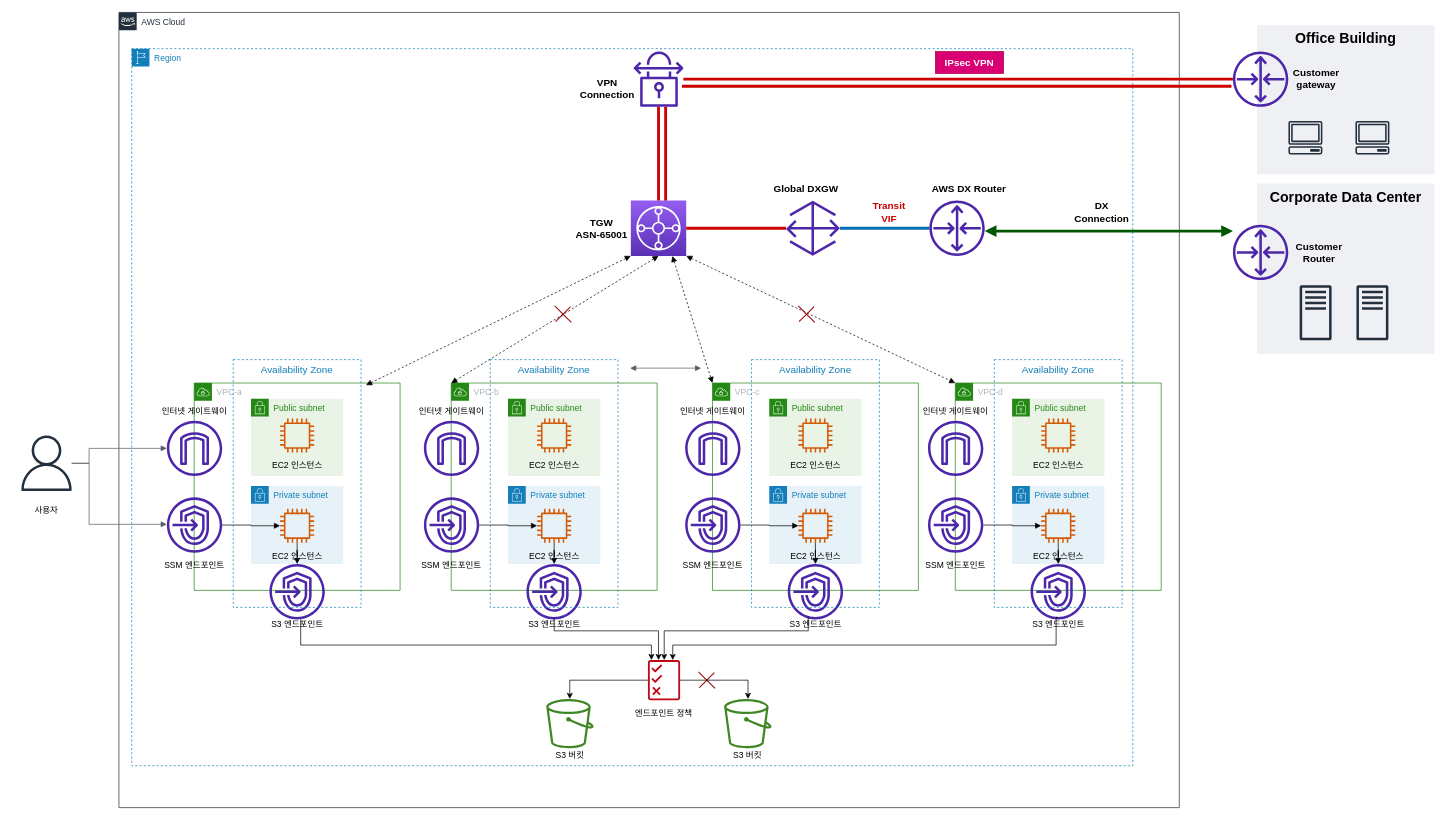
Before: Architecture001.drawio in kgpark88/cloud-native, a draw.io diagram. Source tidied: cells renumbered, new cells numbered last; positions are measured from the earlier drawing's top-left corner, leaving out a move shared by most shapes. Both pictures are drawn from the tidied source at 71%, with x=0, y=0 at pixel (12, 12).
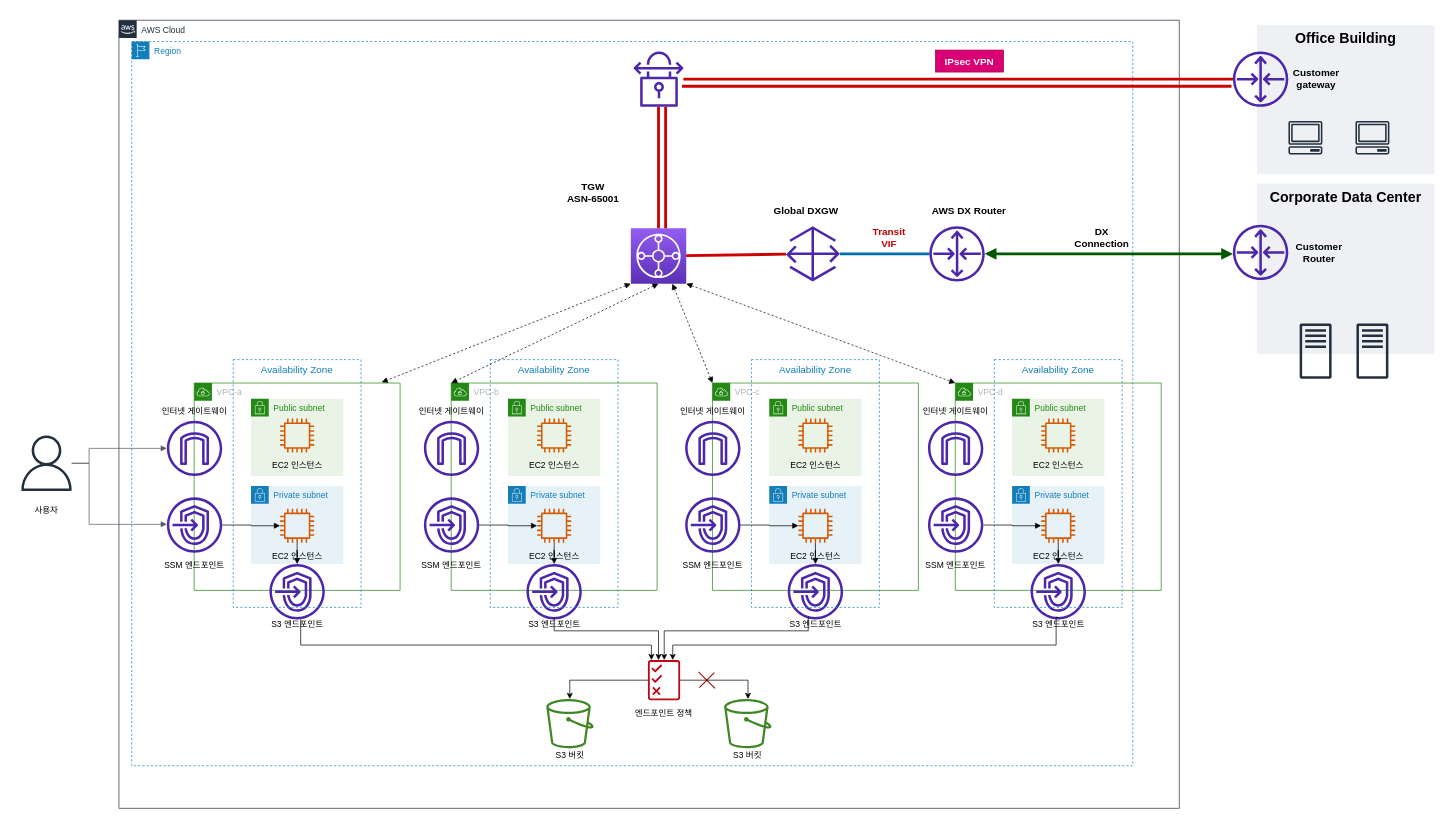
Above is the later version.

Unchanged cells that the change refers to:
```xml
<mxCell id="74" style="sketch=0;outlineConnect=0;fontColor=#232F3E;gradientColor=none;fillColor=#4D27AA;strokeColor=none;dashed=0;verticalLabelPosition=bottom;verticalAlign=top;align=center;html=1;fontSize=12;fontStyle=0;shape=mxgraph.aws4.router;" parent="1" vertex="1">
  <mxGeometry x="1719" y="299" width="78" height="78" as="geometry" />
</mxCell>
<mxCell id="86" style="sketch=0;outlineConnect=0;fontColor=#232F3E;gradientColor=none;fillColor=#4D27AA;strokeColor=none;dashed=0;verticalLabelPosition=bottom;verticalAlign=top;align=center;html=1;fontSize=12;fontStyle=0;shape=mxgraph.aws4.vpn_connection;" parent="1" vertex="1">
  <mxGeometry x="875" y="55" width="70" height="78" as="geometry" />
</mxCell>
<mxCell id="102" value="Availability Zone" style="fillColor=none;strokeColor=#147EBA;dashed=1;verticalAlign=top;fontStyle=0;fontColor=#147EBA;fontSize=14;" parent="89" vertex="1">
  <mxGeometry x="114" width="180" height="349" as="geometry" />
</mxCell>
```

Diff of the diagram source:
```diff
@@
     <mxCell id="3" value="Region" style="gradientColor=none;html=1;whiteSpace=wrap;fontSize=12;fontStyle=0;shape=mxgraph.aws4.group;grIcon=mxgraph.aws4.group_region;strokeColor=#147EBA;fillColor=none;verticalAlign=top;align=left;spacingLeft=30;fontColor=#147EBA;dashed=1;" parent="1" vertex="1">
-      <mxGeometry x="168" y="51" width="1410" height="1010" as="geometry" />
+      <mxGeometry x="168" y="41" width="1410" height="1020" as="geometry" />
     </mxCell>
     <mxCell id="4" style="sketch=0;points=[[0,0,0],[0.25,0,0],[0.5,0,0],[0.75,0,0],[1,0,0],[0,1,0],[0.25,1,0],[0.5,1,0],[0.75,1,0],[1,1,0],[0,0.25,0],[0,0.5,0],[0,0.75,0],[1,0.25,0],[1,0.5,0],[1,0.75,0]];outlineConnect=0;fontColor=#232F3E;gradientColor=#945DF2;gradientDirection=north;fillColor=#5A30B5;strokeColor=#ffffff;dashed=0;verticalLabelPosition=bottom;verticalAlign=top;align=center;html=1;fontSize=12;fontStyle=0;shape=mxgraph.aws4.resourceIcon;resIcon=mxgraph.aws4.transit_gateway;" parent="3" vertex="1">
-      <mxGeometry x="703" y="214" width="78" height="78" as="geometry" />
+      <mxGeometry x="703" y="263" width="78" height="78" as="geometry" />
     </mxCell>
+    <mxCell id="120" style="html=1;endArrow=block;elbow=vertical;startArrow=block;startFill=1;endFill=1;strokeColor=#000000;rounded=0;fontSize=14;dashed=1;exitX=0;exitY=1;exitDx=0;exitDy=0;exitPerimeter=0;" parent="3" edge="1" source="4">
+      <mxGeometry relative="1" as="geometry">
+        <mxPoint x="352" y="480" as="targetPoint" />
+      </mxGeometry>
+    </mxCell>
     <mxCell id="5" value="AWS Cloud" style="gradientColor=none;html=1;whiteSpace=wrap;fontSize=12;fontStyle=0;shape=mxgraph.aws4.group;grIcon=mxgraph.aws4.group_aws_cloud_alt;strokeColor=#232F3E;fillColor=none;verticalAlign=top;align=left;spacingLeft=30;fontColor=#232F3E;dashed=0;" parent="1" vertex="1">
-      <mxGeometry x="150" width="1493.5" height="1120" as="geometry" />
+      <mxGeometry x="150" y="11" width="1493.5" height="1110" as="geometry" />
     </mxCell>
     <mxCell id="6" value="TGW&lt;br style=&quot;font-size: 14px;&quot;&gt;ASN-65001" style="rounded=0;whiteSpace=wrap;html=1;strokeColor=none;fillColor=none;fontSize=14;fontStyle=1;" parent="5" vertex="1">
-      <mxGeometry x="632.2" y="288" width="96" height="31" as="geometry" />
+      <mxGeometry x="620" y="226" width="96" height="31" as="geometry" />
     </mxCell>
-    <mxCell id="7" style="shape=cross;whiteSpace=wrap;html=1;strokeColor=none;fontSize=14;fillColor=#990000;size=0.046511627906976744;rotation=45;" parent="5" vertex="1">
-      <mxGeometry x="609" y="410" width="33" height="30" as="geometry" />
-    </mxCell>
@@
     <mxCell id="9" style="sketch=0;outlineConnect=0;fontColor=#232F3E;gradientColor=none;fillColor=#4D27AA;strokeColor=none;dashed=0;verticalLabelPosition=bottom;verticalAlign=top;align=center;html=1;fontSize=12;fontStyle=0;shape=mxgraph.aws4.gateway;" parent="5" vertex="1">
-      <mxGeometry x="939.5" y="265" width="76" height="78" as="geometry" />
+      <mxGeometry x="939.5" y="290" width="76" height="78" as="geometry" />
     </mxCell>
     <mxCell id="10" style="sketch=0;outlineConnect=0;fontColor=#232F3E;gradientColor=none;fillColor=#4D27AA;strokeColor=none;dashed=0;verticalLabelPosition=bottom;verticalAlign=top;align=center;html=1;fontSize=12;fontStyle=0;shape=mxgraph.aws4.router;" parent="5" vertex="1">
-      <mxGeometry x="1141.5" y="265" width="78" height="78" as="geometry" />
+      <mxGeometry x="1141.5" y="290" width="78" height="78" as="geometry" />
     </mxCell>
     <mxCell id="11" value="AWS DX Router" style="rounded=0;whiteSpace=wrap;html=1;strokeColor=none;fillColor=none;fontSize=14;fontStyle=1;" parent="5" vertex="1">
-      <mxGeometry x="1132.5" y="233" width="128.5" height="31" as="geometry" />
+      <mxGeometry x="1132.5" y="253" width="128.5" height="31" as="geometry" />
     </mxCell>
     <mxCell id="12" value="&lt;font color=&quot;#cc0000&quot;&gt;Transit &lt;br&gt;VIF&lt;/font&gt;" style="rounded=0;whiteSpace=wrap;html=1;strokeColor=none;fillColor=none;fontSize=14;fontStyle=1;" parent="5" vertex="1">
-      <mxGeometry x="1036.5" y="265" width="96" height="31" as="geometry" />
+      <mxGeometry x="1036.5" y="290" width="96" height="31" as="geometry" />
     </mxCell>
     <mxCell id="13" value="Global DXGW" style="rounded=0;whiteSpace=wrap;html=1;strokeColor=none;fillColor=none;fontSize=14;fontStyle=1;" parent="5" vertex="1">
-      <mxGeometry x="919.5" y="233" width="96" height="31" as="geometry" />
+      <mxGeometry x="919.5" y="253" width="96" height="31" as="geometry" />
     </mxCell>
     <mxCell id="14" value="DX &lt;br&gt;Connection" style="rounded=0;whiteSpace=wrap;html=1;strokeColor=none;fillColor=none;fontSize=14;fontStyle=1;" parent="5" vertex="1">
-      <mxGeometry x="1320" y="265" width="128.5" height="31" as="geometry" />
+      <mxGeometry x="1320" y="290" width="128.5" height="31" as="geometry" />
     </mxCell>
-    <mxCell id="15" value="&lt;div&gt;VPN&lt;/div&gt;&lt;div&gt;Connection&lt;br&gt;&lt;/div&gt;" style="rounded=0;whiteSpace=wrap;html=1;strokeColor=none;fillColor=none;fontSize=14;fontStyle=1;" parent="5" vertex="1">
-      <mxGeometry x="640" y="91" width="96" height="31" as="geometry" />
-    </mxCell>
@@
-    <mxCell id="17" style="shape=cross;whiteSpace=wrap;html=1;strokeColor=none;fontSize=14;fillColor=#990000;size=0.046511627906976744;rotation=45;" parent="1" vertex="1">
-      <mxGeometry x="1102" y="410" width="33" height="30" as="geometry" />
-    </mxCell>
@@
     <mxCell id="77" style="sketch=0;fontColor=#232F3E;gradientColor=none;fillColor=#232F3D;strokeColor=none;dashed=0;verticalLabelPosition=bottom;verticalAlign=top;align=center;html=1;fontSize=12;fontStyle=0;shape=mxgraph.aws4.traditional_server;" parent="1" vertex="1">
-      <mxGeometry x="1813" y="384" width="45" height="78" as="geometry" />
+      <mxGeometry x="1813" y="438" width="45" height="78" as="geometry" />
     </mxCell>
     <mxCell id="78" style="sketch=0;fontColor=#232F3E;gradientColor=none;fillColor=#232F3D;strokeColor=none;dashed=0;verticalLabelPosition=bottom;verticalAlign=top;align=center;html=1;fontSize=12;fontStyle=0;shape=mxgraph.aws4.traditional_server;" parent="1" vertex="1">
-      <mxGeometry x="1893" y="384" width="45" height="78" as="geometry" />
+      <mxGeometry x="1893" y="438" width="45" height="78" as="geometry" />
     </mxCell>
-    <mxCell id="79" style="edgeStyle=orthogonalEdgeStyle;html=1;endArrow=block;elbow=vertical;startArrow=block;startFill=1;endFill=1;strokeColor=#545B64;rounded=0;fontSize=13;fontColor=#000000;" parent="1" edge="1">
-      <mxGeometry relative="1" as="geometry">
-        <mxPoint x="870" y="501" as="sourcePoint" />
-        <mxPoint x="970" y="501" as="targetPoint" />
-      </mxGeometry>
-    </mxCell>
@@
+    <mxCell id="122" style="edgeStyle=none;rounded=0;jettySize=auto;html=1;strokeWidth=4;fontSize=20;fontColor=#CC0000;endArrow=none;endFill=0;strokeColor=#CC0000;exitX=0.5;exitY=0;exitDx=0;exitDy=0;exitPerimeter=0;" parent="1" edge="1" source="4" target="86">
+      <mxGeometry relative="1" as="geometry" />
+    </mxCell>
@@
     <mxCell id="106" value="IPsec VPN" style="rounded=0;whiteSpace=wrap;html=1;strokeColor=#A50040;fillColor=#d80073;fontSize=14;fontStyle=1;fontColor=#FFFFFF;" parent="1" vertex="1">
-      <mxGeometry x="1300" y="55" width="96" height="31" as="geometry" />
+      <mxGeometry x="1300" y="53" width="96" height="31" as="geometry" />
     </mxCell>
@@
-    <mxCell id="120" style="html=1;endArrow=block;elbow=vertical;startArrow=block;startFill=1;endFill=1;strokeColor=#000000;rounded=0;fontSize=14;entryX=1.039;entryY=0.103;entryDx=0;entryDy=0;dashed=1;exitX=0;exitY=1;exitDx=0;exitDy=0;exitPerimeter=0;entryPerimeter=0;" parent="1" edge="1" source="4" target="102">
-      <mxGeometry relative="1" as="geometry" />
-    </mxCell>
-    <mxCell id="121" style="edgeStyle=orthogonalEdgeStyle;html=1;endArrow=block;elbow=vertical;startArrow=block;startFill=1;endFill=1;strokeColor=#005700;rounded=0;fontSize=13;fontColor=#000000;strokeWidth=4;fillColor=#008a00;" parent="1" edge="1" source="10" target="74">
+    <mxCell id="121" style="edgeStyle=orthogonalEdgeStyle;html=1;endArrow=block;elbow=vertical;startArrow=block;startFill=1;endFill=1;strokeColor=#005700;rounded=0;fontSize=13;fontColor=#000000;strokeWidth=4;fillColor=#008a00;" parent="1" edge="1" source="10">
       <mxGeometry relative="1" as="geometry">
+        <mxPoint x="1719" y="340.1" as="targetPoint" />
         <Array as="points">
-          <mxPoint x="1490" y="308" />
-          <mxPoint x="1490" y="308" />
+          <mxPoint x="1540" y="340" />
+          <mxPoint x="1540" y="340" />
         </Array>
       </mxGeometry>
     </mxCell>
-    <mxCell id="122" style="edgeStyle=none;rounded=0;jettySize=auto;html=1;strokeWidth=4;fontSize=20;fontColor=#CC0000;endArrow=none;endFill=0;strokeColor=#CC0000;" parent="1" edge="1" source="4" target="86">
-      <mxGeometry relative="1" as="geometry" />
-    </mxCell>
-    <mxCell id="123" style="edgeStyle=none;rounded=0;orthogonalLoop=1;jettySize=auto;html=1;strokeWidth=4;fontSize=20;fontColor=#CC0000;endArrow=none;endFill=0;strokeColor=#CC0000;" parent="1" edge="1">
-      <mxGeometry relative="1" as="geometry">
-        <mxPoint x="920" y="265" as="sourcePoint" />
-        <mxPoint x="920" y="132.9" as="targetPoint" />
-      </mxGeometry>
-    </mxCell>
+    <mxCell id="124" style="edgeStyle=none;rounded=0;orthogonalLoop=1;jettySize=auto;html=1;strokeWidth=4;fontSize=20;fontColor=#CC0000;endArrow=none;endFill=0;strokeColor=#CC0000;exitX=0.5;exitY=0;exitDx=0;exitDy=0;exitPerimeter=0;" parent="1" edge="1">
+      <mxGeometry relative="1" as="geometry">
+        <mxPoint x="920" y="304" as="sourcePoint" />
+        <mxPoint x="920" y="132.9" as="targetPoint" />
+      </mxGeometry>
+    </mxCell>
```
